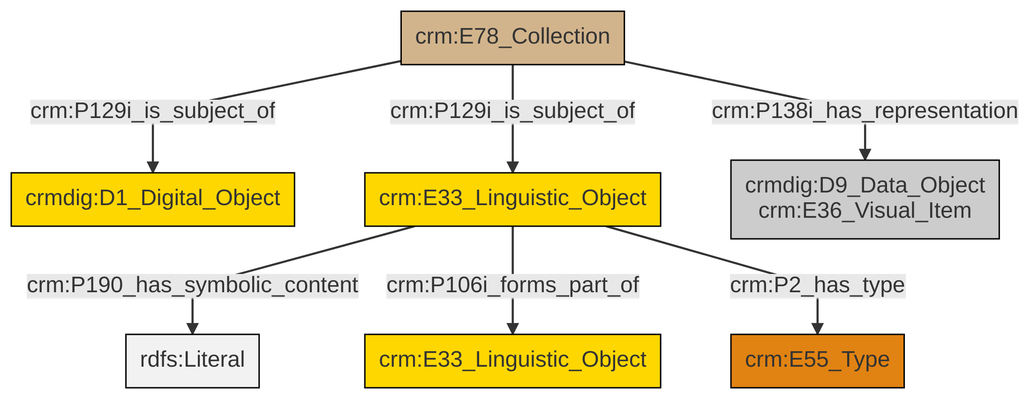
Before: et/archivalCSV/ttl/mmd/png/archival_docs.png, a diagram exported from Mermaid (swiss-art-research-net/docs.swissartresearch). Its source is kept beside it as et/archivalCSV/ttl/mmd/archival_docs.ttl.mmd.
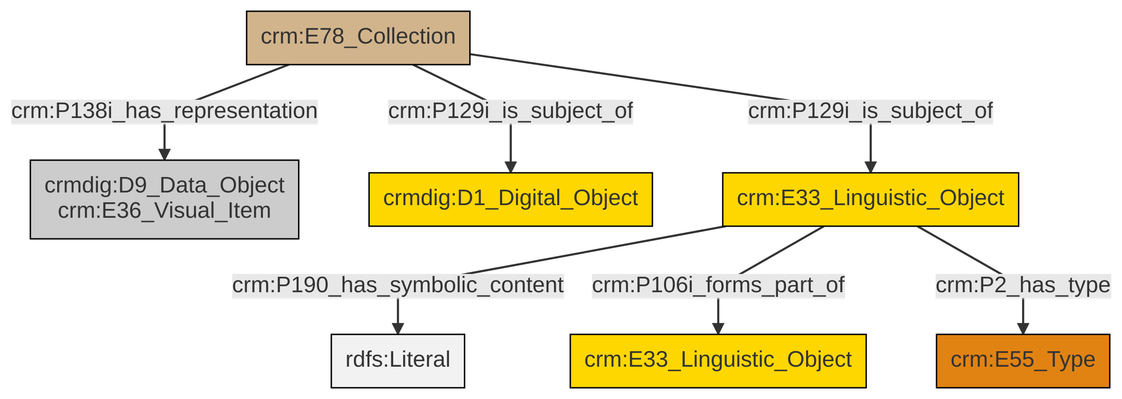
The same diagram one commit later.

Change to the diagram source:
```diff
@@ -13,9 +13,9 @@
 classDef PC_Classes fill:#4ce600, stroke:#000000;
 classDef Multi fill:#cccccc,stroke:#000000;
 
-0["crm:E78_Collection"]:::Physical_Thing -->|crm:P129i_is_subject_of| 1["crmdig:D1_Digital_Object"]:::Conceptual_Object
-0["crm:E78_Collection"]:::Physical_Thing -->|crm:P129i_is_subject_of| 2["crm:E33_Linguistic_Object"]:::Conceptual_Object
-2["crm:E33_Linguistic_Object"]:::Conceptual_Object -->|crm:P190_has_symbolic_content| 4[rdfs:Literal]:::Literal
-0["crm:E78_Collection"]:::Physical_Thing -->|crm:P138i_has_representation| 5["crmdig:D9_Data_Object<br>crm:E36_Visual_Item"]:::Multi
-2["crm:E33_Linguistic_Object"]:::Conceptual_Object -->|crm:P106i_forms_part_of| 9["crm:E33_Linguistic_Object"]:::Conceptual_Object
-2["crm:E33_Linguistic_Object"]:::Conceptual_Object -->|crm:P2_has_type| 7["crm:E55_Type"]:::Type
+0["crm:E78_Collection"]:::Physical_Thing -->|crm:P138i_has_representation| 1["crmdig:D9_Data_Object<br>crm:E36_Visual_Item"]:::Multi
+0["crm:E78_Collection"]:::Physical_Thing -->|crm:P129i_is_subject_of| 4["crmdig:D1_Digital_Object"]:::Conceptual_Object
+5["crm:E33_Linguistic_Object"]:::Conceptual_Object -->|crm:P190_has_symbolic_content| 6[rdfs:Literal]:::Literal
+0["crm:E78_Collection"]:::Physical_Thing -->|crm:P129i_is_subject_of| 5["crm:E33_Linguistic_Object"]:::Conceptual_Object
+5["crm:E33_Linguistic_Object"]:::Conceptual_Object -->|crm:P106i_forms_part_of| 2["crm:E33_Linguistic_Object"]:::Conceptual_Object
+5["crm:E33_Linguistic_Object"]:::Conceptual_Object -->|crm:P2_has_type| 9["crm:E55_Type"]:::Type
```
